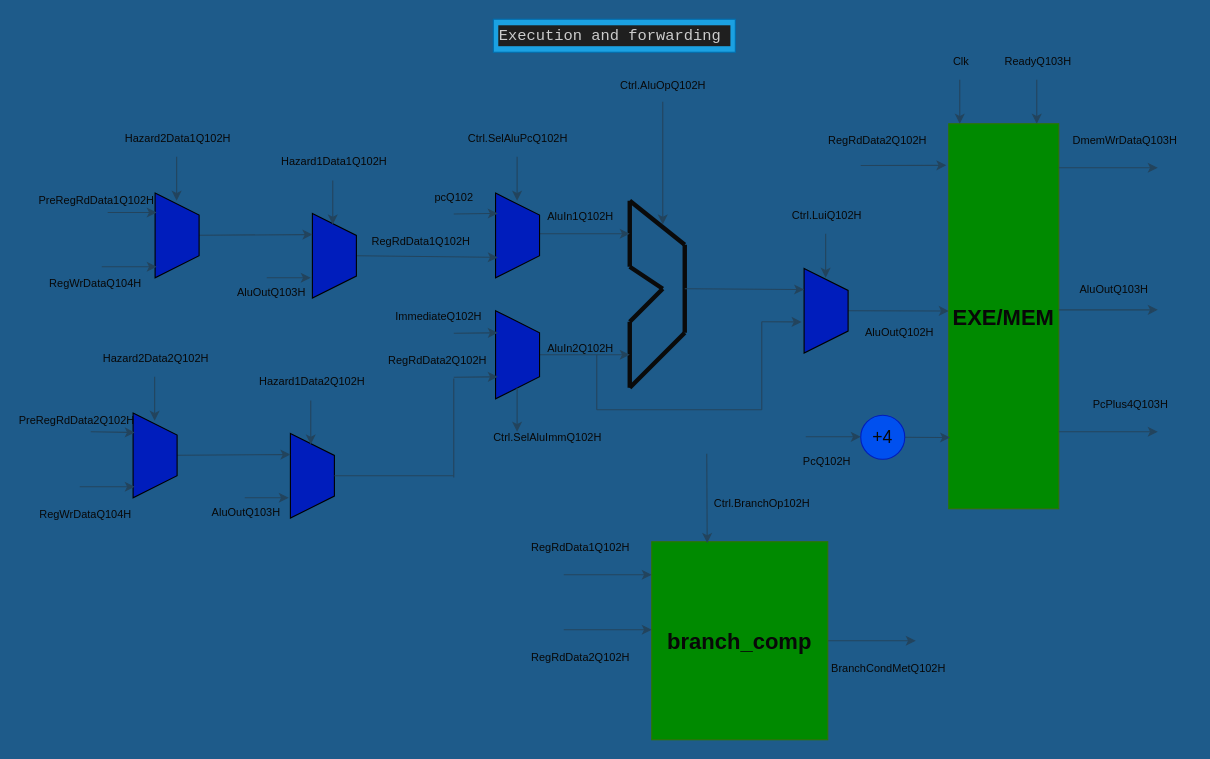
FPGA-MAFIA/fpga_mafia_wiki keeps this draw.io diagram as page "exe" (4 of 6) of static/drawio/mini_core.drawio. Above is the earlier version. Source tidied: cells renumbered, new cells numbered last; positions are measured from the earlier drawing's top-left corner, leaving out a move shared by most shapes. Both pictures are drawn from the tidied source at 110%, with x=0, y=0 at pixel (24, 19).
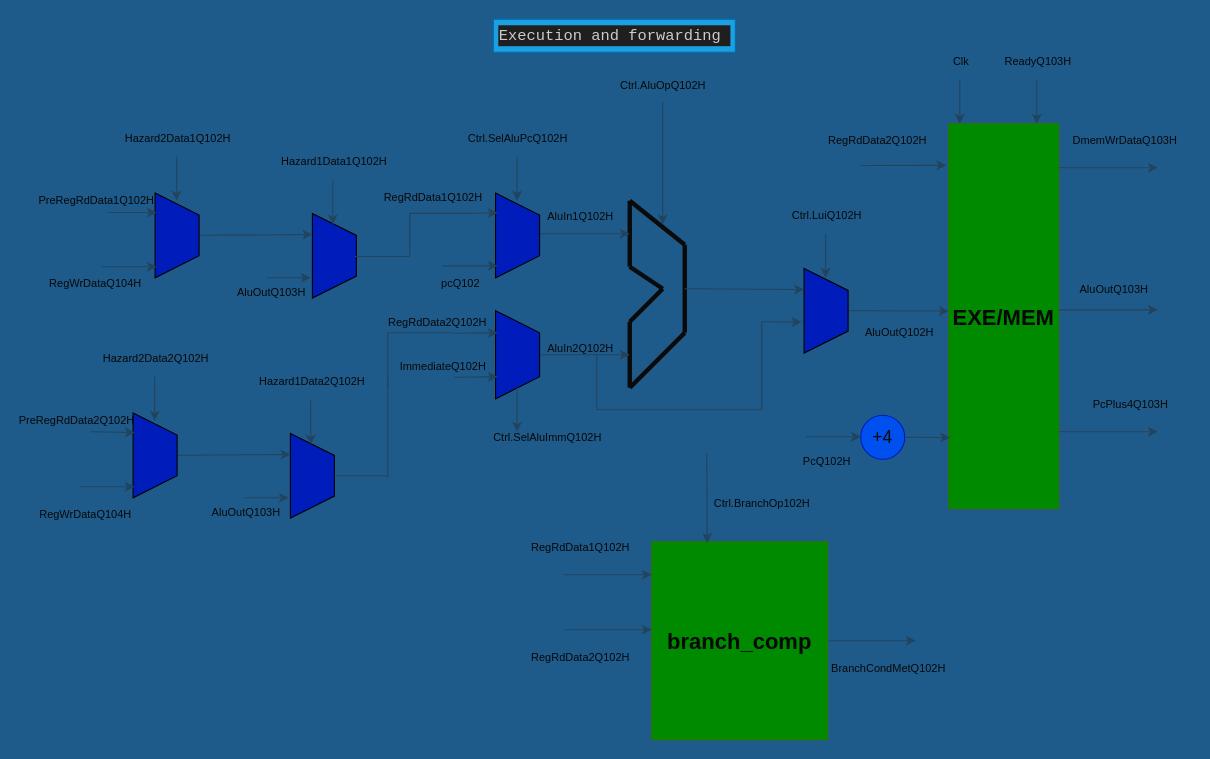
Above is the later version.

The change refers to these unchanged cells:
```xml
<mxCell id="27" style="shape=trapezoid;perimeter=trapezoidPerimeter;whiteSpace=wrap;html=1;fixedSize=1;fontSize=16;fontColor=#080808;fillColor=#001DBC;gradientColor=none;rotation=90;labelBackgroundColor=none;" parent="1" vertex="1">
  <mxGeometry x="243" y="195" width="77" height="40" as="geometry" />
</mxCell>
<mxCell id="40" style="shape=trapezoid;perimeter=trapezoidPerimeter;whiteSpace=wrap;html=1;fixedSize=1;fontSize=16;fontColor=#080808;fillColor=#001DBC;gradientColor=none;rotation=90;labelBackgroundColor=none;" parent="1" vertex="1">
  <mxGeometry x="223" y="395" width="77" height="40" as="geometry" />
</mxCell>
```

Change to the diagram source:
```diff
@@
     <mxCell id="17" style="endArrow=classic;html=1;strokeColor=#23445D;strokeWidth=1;fontSize=10;fontColor=#080808;labelBackgroundColor=default;" parent="1" edge="1">
       <mxGeometry relative="1" as="geometry">
-        <mxPoint x="390" y="177" as="sourcePoint" />
-        <mxPoint x="430" y="176.5" as="targetPoint" />
+        <mxPoint x="390" y="176.5" as="sourcePoint" />
+        <mxPoint x="430" y="176" as="targetPoint" />
       </mxGeometry>
     </mxCell>
-    <mxCell id="18" style="endArrow=classic;html=1;strokeColor=#23445D;strokeWidth=1;fontSize=10;fontColor=#080808;exitX=0.5;exitY=0;exitDx=0;exitDy=0;labelBackgroundColor=default;" parent="1" edge="1" source="27">
-      <mxGeometry relative="1" as="geometry">
-        <mxPoint x="430" y="216.5" as="targetPoint" />
-      </mxGeometry>
-    </mxCell>
@@
     <mxCell id="21" value="pcQ102" style="text;html=1;align=center;verticalAlign=middle;strokeColor=none;fillColor=none;fontSize=10;fontColor=#080808;labelBackgroundColor=none;" parent="1" vertex="1">
-      <mxGeometry x="360" y="146.5" width="60" height="30" as="geometry" />
+      <mxGeometry x="366" y="225" width="60" height="30" as="geometry" />
     </mxCell>
     <mxCell id="22" value="RegRdData1Q102H" style="text;html=1;align=center;verticalAlign=middle;strokeColor=none;fillColor=none;fontSize=10;fontColor=#080808;labelBackgroundColor=none;" parent="1" vertex="1">
-      <mxGeometry x="305" y="186.5" width="110" height="30" as="geometry" />
+      <mxGeometry x="316" y="146.5" width="110" height="30" as="geometry" />
     </mxCell>
     <mxCell id="23" value="RegRdData2Q102H" style="text;html=1;align=center;verticalAlign=middle;strokeColor=none;fillColor=none;fontSize=10;fontColor=#080808;labelBackgroundColor=none;" parent="1" vertex="1">
-      <mxGeometry x="320" y="295" width="110" height="30" as="geometry" />
+      <mxGeometry x="320" y="260" width="110" height="30" as="geometry" />
     </mxCell>
@@
     <mxCell id="26" value="ImmediateQ102H" style="text;html=1;align=center;verticalAlign=middle;strokeColor=none;fillColor=none;fontSize=10;fontColor=#080808;labelBackgroundColor=none;" parent="1" vertex="1">
-      <mxGeometry x="326" y="255" width="100" height="30" as="geometry" />
+      <mxGeometry x="330" y="300" width="100" height="30" as="geometry" />
     </mxCell>
@@
     <mxCell id="52" style="endArrow=none;html=1;strokeColor=#23445D;strokeWidth=1;fontSize=10;fontColor=#080808;labelBackgroundColor=default;" parent="1" edge="1">
       <mxGeometry relative="1" as="geometry">
-        <mxPoint x="390" y="416.5" as="sourcePoint" />
-        <mxPoint x="390" y="326.5" as="targetPoint" />
+        <mxPoint x="330" y="416.5" as="sourcePoint" />
+        <mxPoint x="330" y="326.5" as="targetPoint" />
       </mxGeometry>
     </mxCell>
     <mxCell id="53" style="endArrow=none;html=1;strokeColor=#23445D;strokeWidth=1;fontSize=10;fontColor=#080808;exitX=0.5;exitY=0;exitDx=0;exitDy=0;labelBackgroundColor=default;" parent="1" edge="1" source="40">
       <mxGeometry relative="1" as="geometry">
-        <mxPoint x="390" y="415" as="targetPoint" />
+        <mxPoint x="330" y="415" as="targetPoint" />
       </mxGeometry>
     </mxCell>
@@
+    <mxCell id="94" style="endArrow=none;html=1;rounded=1;labelBackgroundColor=default;labelBorderColor=none;strokeColor=#23445D;strokeWidth=1;fontSize=10;fontColor=#f2f2f2;" parent="1" edge="1">
+      <mxGeometry relative="1" as="geometry">
+        <mxPoint x="330" y="285" as="sourcePoint" />
+        <mxPoint x="390" y="285" as="targetPoint" />
+      </mxGeometry>
+    </mxCell>
+    <mxCell id="95" style="endArrow=none;html=1;rounded=1;labelBackgroundColor=default;labelBorderColor=none;strokeColor=#23445D;strokeWidth=1;fontSize=10;fontColor=#f2f2f2;" parent="1" edge="1">
+      <mxGeometry relative="1" as="geometry">
+        <mxPoint x="330" y="335" as="sourcePoint" />
+        <mxPoint x="330" y="285" as="targetPoint" />
+      </mxGeometry>
+    </mxCell>
+    <mxCell id="96" style="endArrow=classic;html=1;rounded=1;labelBackgroundColor=default;labelBorderColor=none;strokeColor=#23445D;strokeWidth=1;fontSize=10;fontColor=#f2f2f2;" parent="1" edge="1">
+      <mxGeometry relative="1" as="geometry">
+        <mxPoint x="380" y="224.2" as="sourcePoint" />
+        <mxPoint x="430" y="224.2" as="targetPoint" />
+      </mxGeometry>
+    </mxCell>
+    <mxCell id="97" style="endArrow=none;html=1;rounded=1;labelBackgroundColor=default;labelBorderColor=none;strokeColor=#23445D;strokeWidth=1;fontSize=10;fontColor=#f2f2f2;" parent="1" edge="1">
+      <mxGeometry relative="1" as="geometry">
+        <mxPoint x="300" y="215.7" as="sourcePoint" />
+        <mxPoint x="350" y="215.7" as="targetPoint" />
+      </mxGeometry>
+    </mxCell>
+    <mxCell id="98" style="endArrow=none;html=1;rounded=1;labelBackgroundColor=default;labelBorderColor=none;strokeColor=#23445D;strokeWidth=1;fontSize=10;fontColor=#f2f2f2;" parent="1" edge="1">
+      <mxGeometry relative="1" as="geometry">
+        <mxPoint x="350" y="215" as="sourcePoint" />
+        <mxPoint x="350" y="176.5" as="targetPoint" />
+      </mxGeometry>
+    </mxCell>
+    <mxCell id="99" style="endArrow=none;html=1;rounded=1;labelBackgroundColor=default;labelBorderColor=none;strokeColor=#23445D;strokeWidth=1;fontSize=10;fontColor=#f2f2f2;" parent="1" edge="1">
+      <mxGeometry relative="1" as="geometry">
+        <mxPoint x="350" y="176.5" as="sourcePoint" />
+        <mxPoint x="390" y="176.5" as="targetPoint" />
+      </mxGeometry>
+    </mxCell>
```
